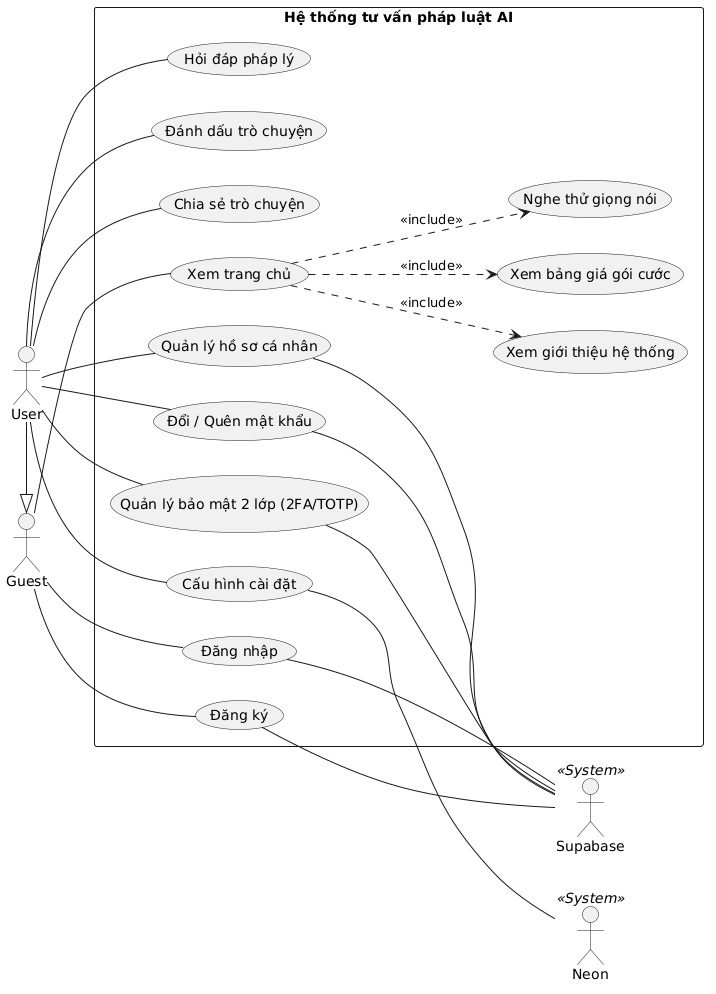
Before: temp/00-UseCase/UML-UseCase-overview.png, a diagram exported from PlantUML (20206205Tech/docs-uml).
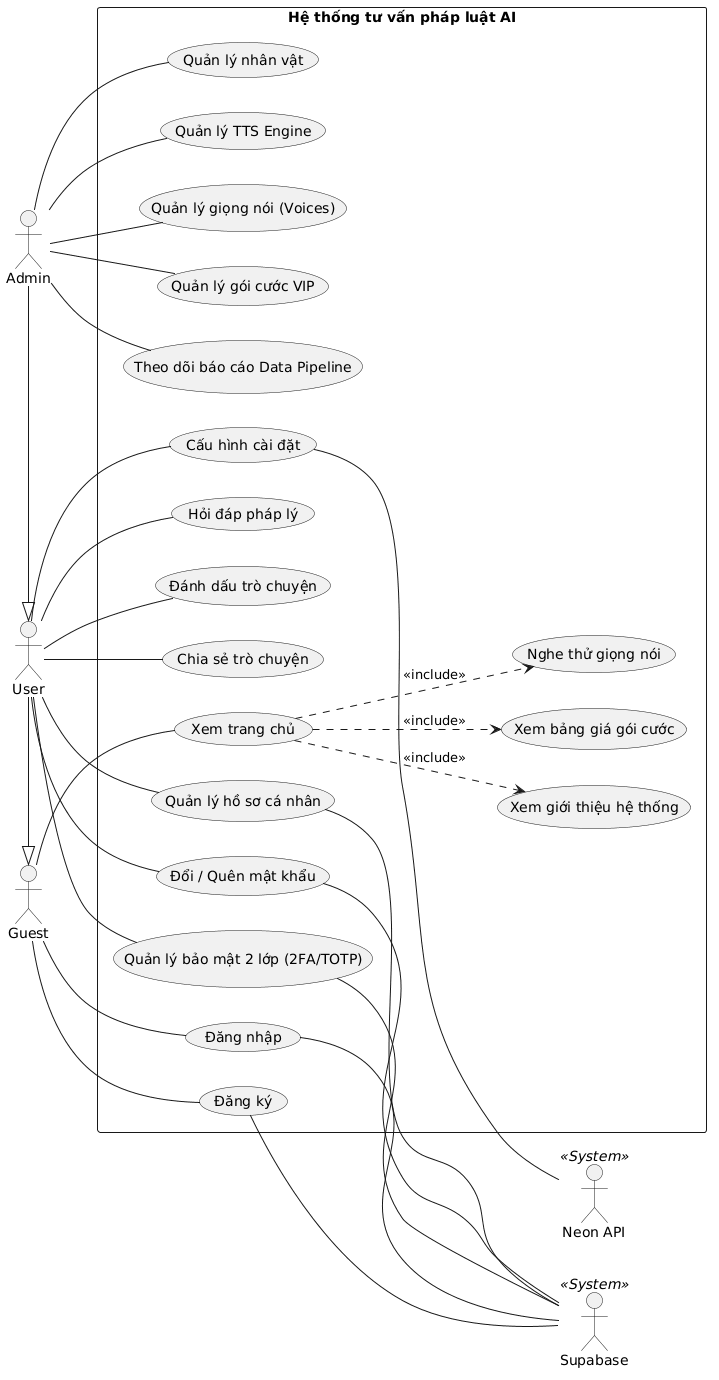
The same diagram one commit later.

The edit, as a diff of the source:
```diff
@@ -3,21 +3,16 @@
 skinparam packageStyle rectangle
 skinparam shadowing false
 
+actor "Admin" as Admin
 actor "User" as User
 actor "Guest" as Guest
 
 actor "Supabase"   as Supabase   << System >>
-actor "Neon"       as Neon       << System >>
+actor "Neon API"       as NeonAPI       << System >>
 
 
 User  -|> Guest
-
-
-
-
-
-
-
+Admin -|> User
 rectangle "Hệ thống tư vấn pháp luật AI" {
   usecase "Xem trang chủ" as UC_Home
   usecase "Xem giới thiệu hệ thống" as UC_Intro
@@ -33,6 +28,12 @@
   usecase "Hỏi đáp pháp lý" as UC_Chat
   usecase "Đánh dấu trò chuyện" as UC_Bookmark
   usecase "Chia sẻ trò chuyện" as UC_Share
+
+  usecase "Quản lý nhân vật" as UC_ManagePersona
+  usecase "Quản lý TTS Engine" as UC_ManageTtsEngine
+  usecase "Quản lý giọng nói (Voices)" as UC_ManageVoice
+  usecase "Quản lý gói cước VIP" as UC_ManagePlans
+  usecase "Theo dõi báo cáo Data Pipeline" as UC_PipelineReport
 
   UC_Home ..> UC_Intro : <<include>>
   UC_Home ..> UC_Pricing : <<include>>
@@ -51,10 +52,16 @@
 User -- UC_Bookmark
 User -- UC_Share
 
+Admin -- UC_ManagePersona
+Admin -- UC_ManageTtsEngine
+Admin -- UC_ManageVoice
+Admin -- UC_ManagePlans
+Admin -- UC_PipelineReport
+
 UC_Register -- Supabase
 UC_Login -- Supabase
 UC_MFA -- Supabase
 UC_Profile -- Supabase
 UC_Password -- Supabase
-UC_Settings -- Neon
+UC_Settings -- NeonAPI
 @enduml
```
